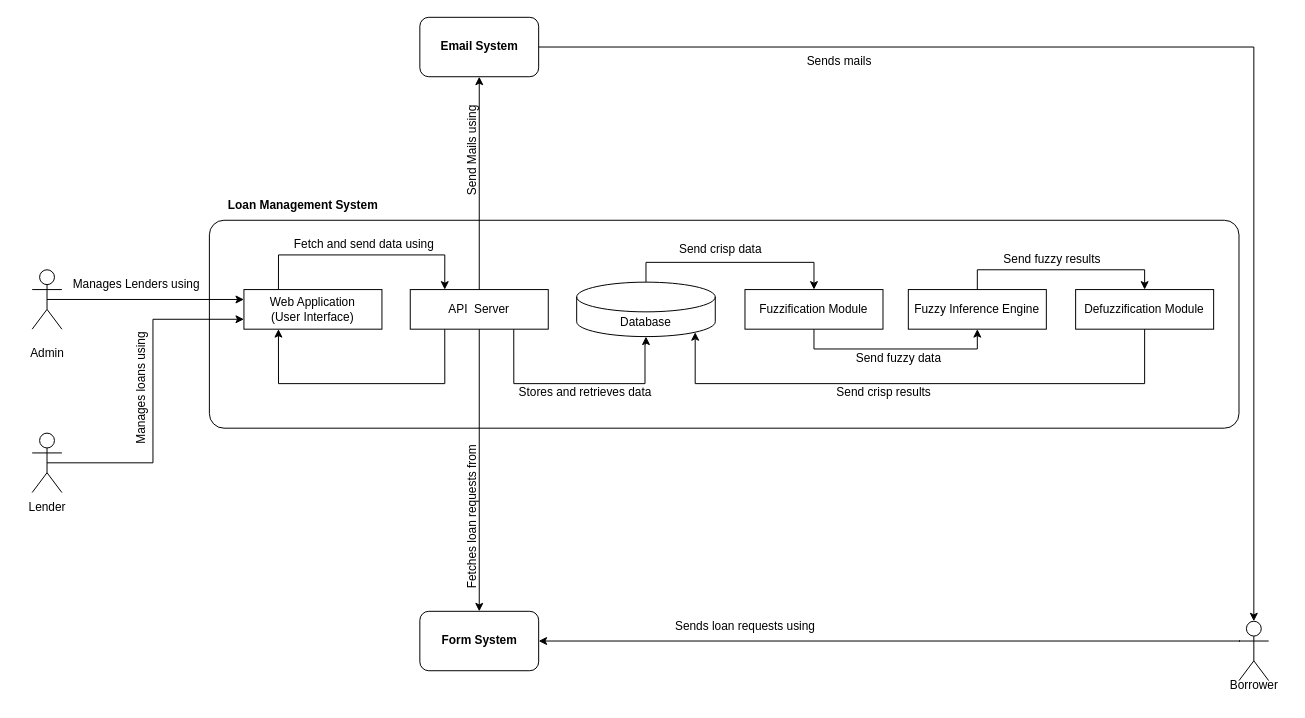
miriam-samuels/loan-management keeps this draw.io diagram as src/ctx-diagram.drawio. Above is the earlier version. Source tidied: cells renumbered, new cells numbered last; positions are measured from the earlier drawing's top-left corner, leaving out a move shared by most shapes. Both pictures are drawn from the tidied source at 99%, with x=0, y=0 at pixel (17, 17).
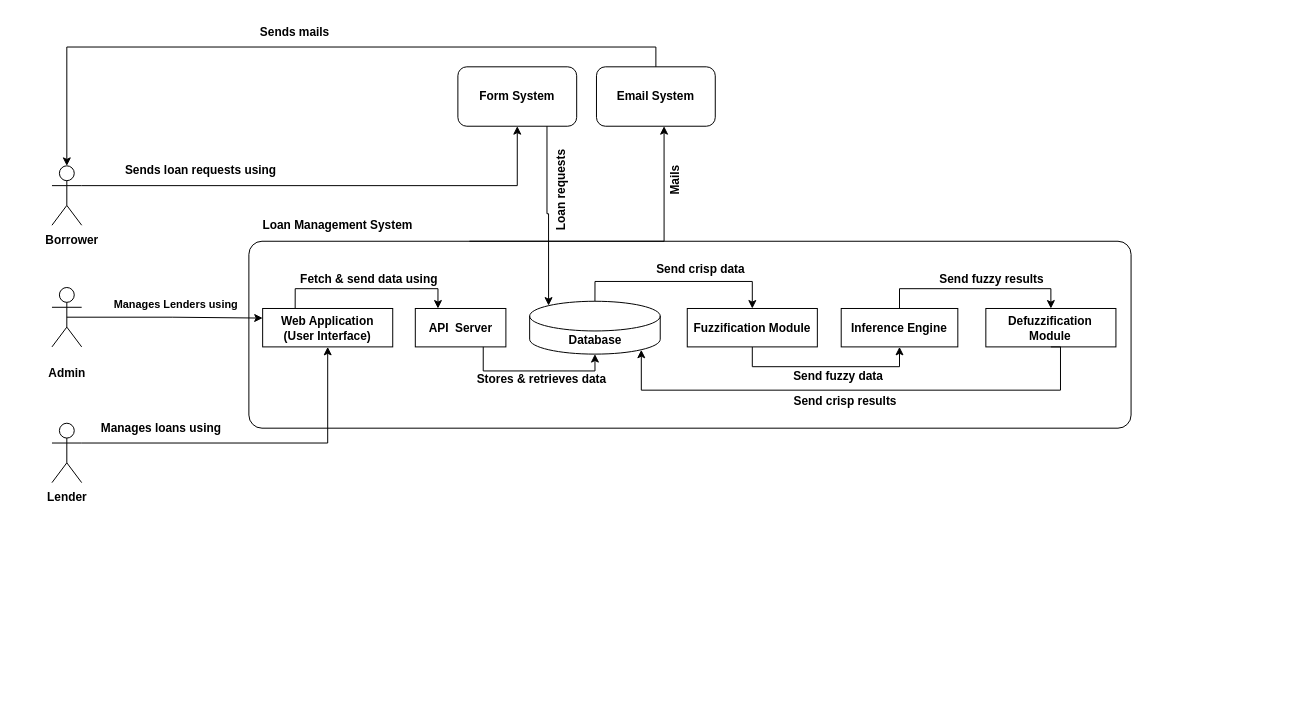
The same diagram, later.

Change to the diagram source:
```diff
@@
-    <mxCell id="2" style="group;" parent="1" vertex="1">
-      <mxGeometry x="194" y="245" width="1040" height="170" as="geometry" />
-    </mxCell>
-    <mxCell id="3" style="rounded=1;whiteSpace=wrap;html=1;arcSize=7;" parent="2" vertex="1">
-      <mxGeometry y="-40" width="1040" height="210" as="geometry" />
-    </mxCell>
-    <mxCell id="4" style="edgeStyle=orthogonalEdgeStyle;rounded=0;jettySize=auto;html=1;exitX=0.75;exitY=1;exitDx=0;exitDy=0;entryX=0.5;entryY=1;entryDx=0;entryDy=0;entryPerimeter=0;" parent="2" edge="1" source="6" target="19">
-      <mxGeometry relative="1" as="geometry">
-        <Array as="points">
-          <mxPoint x="308" y="125" />
-          <mxPoint x="440" y="125" />
-          <mxPoint x="440" y="85" />
-          <mxPoint x="441" y="85" />
-        </Array>
-      </mxGeometry>
-    </mxCell>
-    <mxCell id="5" style="edgeStyle=orthogonalEdgeStyle;rounded=0;jettySize=auto;html=1;exitX=0.25;exitY=1;exitDx=0;exitDy=0;entryX=0.25;entryY=1;entryDx=0;entryDy=0;" parent="2" edge="1" source="6" target="8">
-      <mxGeometry relative="1" as="geometry">
-        <Array as="points">
-          <mxPoint x="238" y="125" />
-          <mxPoint x="70" y="125" />
-        </Array>
-      </mxGeometry>
-    </mxCell>
+    <mxCell id="44" style="group;fontStyle=1;" parent="1" vertex="1">
+      <mxGeometry x="215" y="265" width="980" height="165" as="geometry" />
+    </mxCell>
+    <mxCell id="45" style="rounded=1;whiteSpace=wrap;html=1;arcSize=7;fontStyle=1;" parent="44" vertex="1">
+      <mxGeometry x="18.9" y="-38.8" width="891.1" height="188.8" as="geometry" />
+    </mxCell>
-    <mxCell id="6" value="API&amp;nbsp; Server" style="rounded=0;whiteSpace=wrap;html=1;" parent="2" vertex="1">
-      <mxGeometry x="202.9" y="30" width="139.4" height="40" as="geometry" />
+    <mxCell id="6" value="API&amp;nbsp; Server" style="rounded=0;whiteSpace=wrap;html=1;fontStyle=1;" parent="44" vertex="1">
+      <mxGeometry x="187" y="29.1" width="91.5" height="38.8" as="geometry" />
     </mxCell>
-    <mxCell id="7" style="edgeStyle=orthogonalEdgeStyle;rounded=0;jettySize=auto;html=1;exitX=0.25;exitY=0;exitDx=0;exitDy=0;entryX=0.25;entryY=0;entryDx=0;entryDy=0;" parent="2" edge="1" source="8" target="6">
-      <mxGeometry relative="1" as="geometry">
-        <Array as="points">
-          <mxPoint x="70" y="-5" />
-          <mxPoint x="238" y="-5" />
-        </Array>
-      </mxGeometry>
+    <mxCell id="7" style="edgeStyle=orthogonalEdgeStyle;rounded=0;jettySize=auto;html=1;exitX=0.25;exitY=0;exitDx=0;exitDy=0;entryX=0.25;entryY=0;entryDx=0;entryDy=0;" parent="44" edge="1" source="8" target="6">
+      <mxGeometry relative="1" as="geometry" />
     </mxCell>
-    <mxCell id="8" value="Web Application&lt;br&gt;(User Interface)" style="rounded=0;whiteSpace=wrap;html=1;" parent="2" vertex="1">
-      <mxGeometry x="34.9" y="30" width="139.4" height="40" as="geometry" />
+    <mxCell id="8" value="Web Application&lt;br&gt;(User Interface)" style="rounded=0;whiteSpace=wrap;html=1;fontStyle=1;" parent="44" vertex="1">
+      <mxGeometry x="32.8" y="29.1" width="131.4" height="38.8" as="geometry" />
     </mxCell>
-    <mxCell id="9" style="edgeStyle=orthogonalEdgeStyle;rounded=0;jettySize=auto;html=1;exitX=0.5;exitY=1;exitDx=0;exitDy=0;entryX=0.5;entryY=1;entryDx=0;entryDy=0;" parent="2" edge="1" source="10" target="12">
-      <mxGeometry relative="1" as="geometry" />
-    </mxCell>
+    <mxCell id="46" style="edgeStyle=orthogonalEdgeStyle;rounded=0;jettySize=auto;html=1;exitX=0.5;exitY=1;exitDx=0;exitDy=0;entryX=0.5;entryY=1;entryDx=0;entryDy=0;fontStyle=1;" parent="44" edge="1" source="10" target="48">
+      <mxGeometry relative="1" as="geometry" />
+    </mxCell>
-    <mxCell id="10" value="Fuzzification Module" style="rounded=0;whiteSpace=wrap;html=1;" parent="2" vertex="1">
-      <mxGeometry x="541" y="30" width="139.4" height="40" as="geometry" />
+    <mxCell id="10" value="Fuzzification Module" style="rounded=0;whiteSpace=wrap;html=1;fontStyle=1;" parent="44" vertex="1">
+      <mxGeometry x="461.7" y="29.1" width="131.4" height="38.8" as="geometry" />
     </mxCell>
-    <mxCell id="11" style="edgeStyle=orthogonalEdgeStyle;rounded=0;jettySize=auto;html=1;exitX=0.5;exitY=0;exitDx=0;exitDy=0;entryX=0.5;entryY=0;entryDx=0;entryDy=0;" parent="2" edge="1" source="12" target="15">
-      <mxGeometry relative="1" as="geometry" />
-    </mxCell>
-    <mxCell id="12" value="Fuzzy Inference Engine" style="rounded=0;whiteSpace=wrap;html=1;" parent="2" vertex="1">
-      <mxGeometry x="706" y="30" width="139.4" height="40" as="geometry" />
-    </mxCell>
+    <mxCell id="47" style="edgeStyle=orthogonalEdgeStyle;rounded=0;jettySize=auto;html=1;exitX=0.5;exitY=0;exitDx=0;exitDy=0;entryX=0.5;entryY=0;entryDx=0;entryDy=0;fontStyle=1;" parent="44" edge="1" source="48" target="15">
+      <mxGeometry relative="1" as="geometry" />
+    </mxCell>
+    <mxCell id="48" value="Inference Engine" style="rounded=0;whiteSpace=wrap;html=1;fontStyle=1;" parent="44" vertex="1">
+      <mxGeometry x="617.2" y="29.1" width="117.8" height="38.8" as="geometry" />
+    </mxCell>
-    <mxCell id="13" value="Send fuzzy data" style="text;html=1;align=center;verticalAlign=middle;strokeColor=none;fillColor=none;" parent="2" vertex="1">
-      <mxGeometry x="641" y="85" width="110" height="30" as="geometry" />
+    <mxCell id="13" value="Send fuzzy data" style="text;html=1;align=center;verticalAlign=middle;strokeColor=none;fillColor=none;fontStyle=1;" parent="44" vertex="1">
+      <mxGeometry x="558.8" y="82.5" width="110" height="30" as="geometry" />
     </mxCell>
-    <mxCell id="14" value="Stores and retrieves data&amp;nbsp;" style="text;html=1;align=center;verticalAlign=middle;strokeColor=none;fillColor=none;" parent="2" vertex="1">
-      <mxGeometry x="301" y="119" width="160" height="30" as="geometry" />
-    </mxCell>
+    <mxCell id="49" value="Stores &amp;amp; retrieves data&amp;nbsp;" style="text;html=1;align=center;verticalAlign=middle;strokeColor=none;fillColor=none;fontStyle=1;" parent="44" vertex="1">
+      <mxGeometry x="235.6" y="86.4" width="160" height="30" as="geometry" />
+    </mxCell>
-    <mxCell id="15" value="Defuzzification Module" style="rounded=0;whiteSpace=wrap;html=1;" parent="2" vertex="1">
-      <mxGeometry x="875" y="30" width="139.4" height="40" as="geometry" />
+    <mxCell id="15" value="Defuzzification Module" style="rounded=0;whiteSpace=wrap;html=1;fontStyle=1;" parent="44" vertex="1">
+      <mxGeometry x="763.3" y="29.1" width="131.4" height="38.8" as="geometry" />
     </mxCell>
-    <mxCell id="16" value="Send fuzzy results" style="text;html=1;align=center;verticalAlign=middle;strokeColor=none;fillColor=none;" parent="2" vertex="1">
-      <mxGeometry x="791" y="-15" width="120" height="30" as="geometry" />
+    <mxCell id="16" value="Send fuzzy results" style="text;html=1;align=center;verticalAlign=middle;strokeColor=none;fillColor=none;fontStyle=1;" parent="44" vertex="1">
+      <mxGeometry x="703.9" y="-14.6" width="130" height="30" as="geometry" />
     </mxCell>
-    <mxCell id="17" value="Send crisp results" style="text;html=1;align=center;verticalAlign=middle;strokeColor=none;fillColor=none;" parent="2" vertex="1">
-      <mxGeometry x="621" y="119" width="120" height="30" as="geometry" />
+    <mxCell id="17" value="Send crisp results" style="text;html=1;align=center;verticalAlign=middle;strokeColor=none;fillColor=none;fontStyle=1;" parent="44" vertex="1">
+      <mxGeometry x="556" y="107.7" width="130" height="30" as="geometry" />
     </mxCell>
-    <mxCell id="18" style="edgeStyle=orthogonalEdgeStyle;rounded=0;jettySize=auto;html=1;exitX=0.5;exitY=0;exitDx=0;exitDy=0;exitPerimeter=0;entryX=0.5;entryY=0;entryDx=0;entryDy=0;" parent="2" edge="1" source="19" target="10">
+    <mxCell id="18" style="edgeStyle=orthogonalEdgeStyle;rounded=0;jettySize=auto;html=1;exitX=0.5;exitY=0;exitDx=0;exitDy=0;exitPerimeter=0;entryX=0.5;entryY=0;entryDx=0;entryDy=0;fontStyle=1;" parent="44" edge="1" source="19" target="10">
       <mxGeometry relative="1" as="geometry" />
     </mxCell>
-    <mxCell id="19" value="Database" style="shape=cylinder3;whiteSpace=wrap;html=1;boundedLbl=1;backgroundOutline=1;size=15;" parent="2" vertex="1">
-      <mxGeometry x="371" y="22.5" width="140" height="55" as="geometry" />
+    <mxCell id="19" value="Database" style="shape=cylinder3;whiteSpace=wrap;html=1;boundedLbl=1;backgroundOutline=1;size=15;fontStyle=1;" parent="44" vertex="1">
+      <mxGeometry x="302.5" y="21.8" width="131.9" height="53.4" as="geometry" />
     </mxCell>
-    <mxCell id="20" value="Send crisp data" style="text;html=1;align=center;verticalAlign=middle;strokeColor=none;fillColor=none;" parent="2" vertex="1">
-      <mxGeometry x="461" y="-25" width="110" height="30" as="geometry" />
-    </mxCell>
-    <mxCell id="21" style="edgeStyle=orthogonalEdgeStyle;rounded=0;jettySize=auto;html=1;exitX=0.5;exitY=1;exitDx=0;exitDy=0;entryX=0.855;entryY=1;entryDx=0;entryDy=-4.35;entryPerimeter=0;" parent="2" edge="1" source="15" target="19">
+    <mxCell id="21" style="edgeStyle=orthogonalEdgeStyle;rounded=0;jettySize=auto;html=1;exitX=0.5;exitY=1;exitDx=0;exitDy=0;entryX=0.855;entryY=1;entryDx=0;entryDy=-4.35;entryPerimeter=0;fontStyle=1;" parent="44" edge="1" source="15" target="19">
       <mxGeometry relative="1" as="geometry">
         <Array as="points">
-          <mxPoint x="945" y="125" />
-          <mxPoint x="491" y="125" />
+          <mxPoint x="838.7" y="111.6" />
+          <mxPoint x="415.6" y="111.6" />
         </Array>
       </mxGeometry>
     </mxCell>
-    <mxCell id="22" value="Fetch and send data using" style="text;html=1;align=center;verticalAlign=middle;strokeColor=none;fillColor=none;" parent="2" vertex="1">
-      <mxGeometry x="76" y="-30" width="160" height="30" as="geometry" />
-    </mxCell>
-    <mxCell id="23" style="edgeStyle=orthogonalEdgeStyle;rounded=0;jettySize=auto;html=1;exitX=0.5;exitY=0.5;exitDx=0;exitDy=0;exitPerimeter=0;entryX=0;entryY=0.25;entryDx=0;entryDy=0;" parent="1" edge="1" source="24" target="8">
-      <mxGeometry relative="1" as="geometry" />
-    </mxCell>
-    <mxCell id="24" value="Actor" style="shape=umlActor;verticalLabelPosition=bottom;verticalAlign=top;html=1;noLabel=1;" parent="1" vertex="1">
-      <mxGeometry x="15" y="255" width="30" height="60" as="geometry" />
-    </mxCell>
-    <mxCell id="25" value="Actor" style="shape=umlActor;verticalLabelPosition=bottom;verticalAlign=top;html=1;noLabel=1;" parent="1" vertex="1">
-      <mxGeometry x="15" y="420" width="30" height="60" as="geometry" />
-    </mxCell>
-    <mxCell id="26" style="edgeStyle=orthogonalEdgeStyle;rounded=0;jettySize=auto;html=1;exitX=0;exitY=0.3333333333333333;exitDx=0;exitDy=0;exitPerimeter=0;entryX=1;entryY=0.5;entryDx=0;entryDy=0;" parent="1" edge="1" source="27" target="36">
-      <mxGeometry relative="1" as="geometry">
-        <Array as="points">
-          <mxPoint x="1235" y="630" />
-        </Array>
-      </mxGeometry>
-    </mxCell>
-    <mxCell id="27" value="Actor" style="shape=umlActor;verticalLabelPosition=bottom;verticalAlign=top;html=1;noLabel=1;" parent="1" vertex="1">
-      <mxGeometry x="1234" y="610" width="30" height="60" as="geometry" />
-    </mxCell>
+    <mxCell id="50" value="Fetch &amp;amp; send data using" style="text;html=1;align=center;verticalAlign=middle;strokeColor=none;fillColor=none;fontStyle=1;" parent="44" vertex="1">
+      <mxGeometry x="60.3" y="-14.6" width="160" height="30" as="geometry" />
+    </mxCell>
+    <mxCell id="4" style="edgeStyle=orthogonalEdgeStyle;rounded=0;jettySize=auto;html=1;exitX=0.75;exitY=1;exitDx=0;exitDy=0;entryX=0.5;entryY=1;entryDx=0;entryDy=0;entryPerimeter=0;" parent="44" edge="1" source="6" target="19">
+      <mxGeometry relative="1" as="geometry">
+        <Array as="points">
+          <mxPoint x="255.4" y="92.2" />
+          <mxPoint x="368.4" y="92.2" />
+        </Array>
+      </mxGeometry>
+    </mxCell>
+    <mxCell id="51" style="edgeStyle=orthogonalEdgeStyle;rounded=0;jettySize=auto;html=1;exitX=0.5;exitY=0.5;exitDx=0;exitDy=0;exitPerimeter=0;entryX=0;entryY=0.25;entryDx=0;entryDy=0;fontStyle=1;" parent="1" edge="1" source="52" target="8">
+      <mxGeometry relative="1" as="geometry" />
+    </mxCell>
+    <mxCell id="52" value="Actor" style="shape=umlActor;verticalLabelPosition=bottom;verticalAlign=top;html=1;noLabel=1;fontStyle=1;" parent="1" vertex="1">
+      <mxGeometry x="35" y="272.9" width="30" height="60" as="geometry" />
+    </mxCell>
+    <mxCell id="53" style="edgeStyle=orthogonalEdgeStyle;rounded=0;jettySize=auto;html=1;exitX=1;exitY=0.3333333333333333;exitDx=0;exitDy=0;exitPerimeter=0;entryX=0.5;entryY=1;entryDx=0;entryDy=0;" parent="1" edge="1" source="54" target="8">
+      <mxGeometry relative="1" as="geometry" />
+    </mxCell>
+    <mxCell id="54" value="Actor" style="shape=umlActor;verticalLabelPosition=bottom;verticalAlign=top;html=1;noLabel=1;fontStyle=1;" parent="1" vertex="1">
+      <mxGeometry x="35" y="410" width="30" height="60" as="geometry" />
+    </mxCell>
+    <mxCell id="55" style="edgeStyle=orthogonalEdgeStyle;rounded=0;jettySize=auto;html=1;exitX=1;exitY=0.3333333333333333;exitDx=0;exitDy=0;exitPerimeter=0;entryX=0.5;entryY=1;entryDx=0;entryDy=0;" parent="1" edge="1" source="56" target="36">
+      <mxGeometry relative="1" as="geometry" />
+    </mxCell>
+    <mxCell id="56" value="Actor" style="shape=umlActor;verticalLabelPosition=bottom;verticalAlign=top;html=1;noLabel=1;fontStyle=1;" parent="1" vertex="1">
+      <mxGeometry x="35" y="150" width="30" height="60" as="geometry" />
+    </mxCell>
-    <mxCell id="28" value="Admin" style="text;html=1;align=center;verticalAlign=middle;strokeColor=none;fillColor=none;" parent="1" vertex="1">
-      <mxGeometry y="325" width="60" height="30" as="geometry" />
+    <mxCell id="28" value="Admin" style="text;html=1;align=center;verticalAlign=middle;strokeColor=none;fillColor=none;fontStyle=1;" parent="1" vertex="1">
+      <mxGeometry x="20" y="345" width="60" height="30" as="geometry" />
     </mxCell>
-    <mxCell id="29" value="Manages loans using" style="text;html=1;align=center;verticalAlign=middle;strokeColor=none;fillColor=none;rotation=-90;" parent="1" vertex="1">
-      <mxGeometry x="55" y="360" width="140" height="30" as="geometry" />
-    </mxCell>
-    <mxCell id="30" value="Borrower" style="text;html=1;align=center;verticalAlign=middle;strokeColor=none;fillColor=none;" parent="1" vertex="1">
-      <mxGeometry x="1214" y="660" width="70" height="30" as="geometry" />
-    </mxCell>
-    <mxCell id="31" value="&lt;b&gt;Email System&lt;/b&gt;" style="rounded=1;whiteSpace=wrap;html=1;" parent="1" vertex="1">
-      <mxGeometry x="406.6" width="120" height="60" as="geometry" />
+    <mxCell id="31" value="&lt;span&gt;Email System&lt;/span&gt;" style="rounded=1;whiteSpace=wrap;html=1;fontStyle=1;" parent="1" vertex="1">
+      <mxGeometry x="585" y="50" width="120" height="60" as="geometry" />
     </mxCell>
-    <mxCell id="32" style="edgeStyle=orthogonalEdgeStyle;rounded=0;jettySize=auto;html=1;exitX=0.5;exitY=0;exitDx=0;exitDy=0;entryX=0.5;entryY=1;entryDx=0;entryDy=0;" parent="1" edge="1" source="6" target="31">
-      <mxGeometry relative="1" as="geometry" />
-    </mxCell>
-    <mxCell id="33" value="Send Mails using" style="text;html=1;align=center;verticalAlign=middle;strokeColor=none;fillColor=none;rotation=-90;" parent="1" vertex="1">
-      <mxGeometry x="405" y="120" width="110" height="30" as="geometry" />
-    </mxCell>
-    <mxCell id="34" style="edgeStyle=orthogonalEdgeStyle;rounded=0;jettySize=auto;html=1;exitX=1;exitY=0.5;exitDx=0;exitDy=0;entryX=0.5;entryY=0;entryDx=0;entryDy=0;entryPerimeter=0;" parent="1" edge="1" source="31" target="27">
-      <mxGeometry relative="1" as="geometry" />
-    </mxCell>
+    <mxCell id="57" value="Mails" style="text;html=1;align=center;verticalAlign=middle;strokeColor=none;fillColor=none;rotation=-90;fontStyle=1;" parent="1" vertex="1">
+      <mxGeometry x="640" y="150" width="50" height="30" as="geometry" />
+    </mxCell>
+    <mxCell id="58" style="edgeStyle=orthogonalEdgeStyle;rounded=0;jettySize=auto;html=1;exitX=0.5;exitY=0;exitDx=0;exitDy=0;entryX=0.5;entryY=0;entryDx=0;entryDy=0;entryPerimeter=0;fontStyle=1;" parent="1" edge="1" source="31" target="56">
+      <mxGeometry relative="1" as="geometry" />
+    </mxCell>
-    <mxCell id="35" value="Sends mails" style="text;html=1;align=center;verticalAlign=middle;strokeColor=none;fillColor=none;" parent="1" vertex="1">
-      <mxGeometry x="785" y="30" width="90" height="30" as="geometry" />
+    <mxCell id="35" value="Sends mails" style="text;html=1;align=center;verticalAlign=middle;strokeColor=none;fillColor=none;fontStyle=1;" parent="1" vertex="1">
+      <mxGeometry x="235" width="90" height="30" as="geometry" />
     </mxCell>
-    <mxCell id="36" value="&lt;b&gt;Form System&lt;/b&gt;" style="rounded=1;whiteSpace=wrap;html=1;" parent="1" vertex="1">
-      <mxGeometry x="406.6" y="600" width="120" height="60" as="geometry" />
+    <mxCell id="36" value="&lt;span&gt;Form System&lt;/span&gt;" style="rounded=1;whiteSpace=wrap;html=1;fontStyle=1;" parent="1" vertex="1">
+      <mxGeometry x="445" y="50" width="120" height="60" as="geometry" />
     </mxCell>
-    <mxCell id="37" value="Sends loan requests using" style="text;html=1;align=center;verticalAlign=middle;strokeColor=none;fillColor=none;rotation=0;" parent="1" vertex="1">
-      <mxGeometry x="655" y="600" width="160" height="30" as="geometry" />
+    <mxCell id="37" value="Sends loan requests using" style="text;html=1;align=center;verticalAlign=middle;strokeColor=none;fillColor=none;rotation=0;fontStyle=1;" parent="1" vertex="1">
+      <mxGeometry x="95" y="140" width="180" height="30" as="geometry" />
     </mxCell>
-    <mxCell id="38" style="edgeStyle=orthogonalEdgeStyle;rounded=0;jettySize=auto;html=1;exitX=0.5;exitY=1;exitDx=0;exitDy=0;entryX=0.5;entryY=0;entryDx=0;entryDy=0;" parent="1" edge="1" source="6" target="36">
-      <mxGeometry relative="1" as="geometry" />
-    </mxCell>
-    <mxCell id="39" value="Fetches loan requests from" style="text;html=1;align=center;verticalAlign=middle;strokeColor=none;fillColor=none;rotation=-90;" parent="1" vertex="1">
-      <mxGeometry x="375" y="490" width="170" height="30" as="geometry" />
-    </mxCell>
-    <mxCell id="40" value="Manages Lenders using" style="text;html=1;align=center;verticalAlign=middle;strokeColor=none;fillColor=none;" parent="1" vertex="1">
-      <mxGeometry x="45" y="255" width="150" height="30" as="geometry" />
+    <mxCell id="40" value="&lt;font style=&quot;font-size: 11px;&quot;&gt;Manages Lenders using&lt;/font&gt;" style="text;html=1;align=center;verticalAlign=middle;strokeColor=none;fillColor=none;fontStyle=1;" parent="1" vertex="1">
+      <mxGeometry x="85" y="275" width="150" height="30" as="geometry" />
     </mxCell>
-    <mxCell id="41" style="edgeStyle=orthogonalEdgeStyle;rounded=0;jettySize=auto;html=1;exitX=0.5;exitY=0.5;exitDx=0;exitDy=0;exitPerimeter=0;entryX=0;entryY=0.75;entryDx=0;entryDy=0;" parent="1" edge="1" source="25" target="8">
-      <mxGeometry relative="1" as="geometry" />
-    </mxCell>
-    <mxCell id="42" value="Lender" style="text;html=1;align=center;verticalAlign=middle;strokeColor=none;fillColor=none;" parent="1" vertex="1">
-      <mxGeometry y="480" width="60" height="30" as="geometry" />
+    <mxCell id="42" value="Lender" style="text;html=1;align=center;verticalAlign=middle;strokeColor=none;fillColor=none;fontStyle=1;" parent="1" vertex="1">
+      <mxGeometry x="20" y="470" width="60" height="30" as="geometry" />
     </mxCell>
-    <mxCell id="43" value="&lt;b style=&quot;border-color: var(--border-color);&quot;&gt;Loan Management System&amp;nbsp;&lt;br&gt;&lt;/b&gt;" style="text;html=1;align=center;verticalAlign=middle;strokeColor=none;fillColor=none;" parent="1" vertex="1">
-      <mxGeometry x="200" y="175" width="180" height="30" as="geometry" />
+    <mxCell id="43" value="&lt;span style=&quot;border-color: var(--border-color);&quot;&gt;Loan Management System&amp;nbsp;&lt;br&gt;&lt;/span&gt;" style="text;html=1;align=center;verticalAlign=middle;strokeColor=none;fillColor=none;fontStyle=1;" parent="1" vertex="1">
+      <mxGeometry x="235" y="195" width="180" height="30" as="geometry" />
     </mxCell>
+    <mxCell id="20" value="Send crisp data" style="text;html=1;align=center;verticalAlign=middle;strokeColor=none;fillColor=none;fontStyle=1;" parent="1" vertex="1">
+      <mxGeometry x="635" y="240" width="110" height="30" as="geometry" />
+    </mxCell>
+    <mxCell id="59" style="edgeStyle=orthogonalEdgeStyle;rounded=0;jettySize=auto;html=1;exitX=0.25;exitY=0;exitDx=0;exitDy=0;entryX=0.569;entryY=1;entryDx=0;entryDy=0;entryPerimeter=0;" parent="1" edge="1" source="45" target="31">
+      <mxGeometry relative="1" as="geometry">
+        <Array as="points">
+          <mxPoint x="653" y="226" />
+        </Array>
+      </mxGeometry>
+    </mxCell>
+    <mxCell id="30" value="Borrower" style="text;html=1;align=center;verticalAlign=middle;strokeColor=none;fillColor=none;fontStyle=1;" parent="1" vertex="1">
+      <mxGeometry x="15" y="210" width="80" height="30" as="geometry" />
+    </mxCell>
+    <mxCell id="29" value="Manages loans using" style="text;html=1;align=center;verticalAlign=middle;strokeColor=none;fillColor=none;rotation=0;fontStyle=1;" parent="1" vertex="1">
+      <mxGeometry x="75" y="400" width="140" height="30" as="geometry" />
+    </mxCell>
+    <mxCell id="60" style="edgeStyle=orthogonalEdgeStyle;rounded=0;jettySize=auto;html=1;exitX=0.75;exitY=1;exitDx=0;exitDy=0;entryX=0.145;entryY=0;entryDx=0;entryDy=4.35;entryPerimeter=0;" parent="1" edge="1" source="36" target="19">
+      <mxGeometry relative="1" as="geometry" />
+    </mxCell>
+    <mxCell id="61" value="Loan requests" style="text;html=1;align=center;verticalAlign=middle;strokeColor=none;fillColor=none;rotation=-90;fontStyle=1;" parent="1" vertex="1">
+      <mxGeometry x="495" y="160" width="110" height="30" as="geometry" />
+    </mxCell>
```
